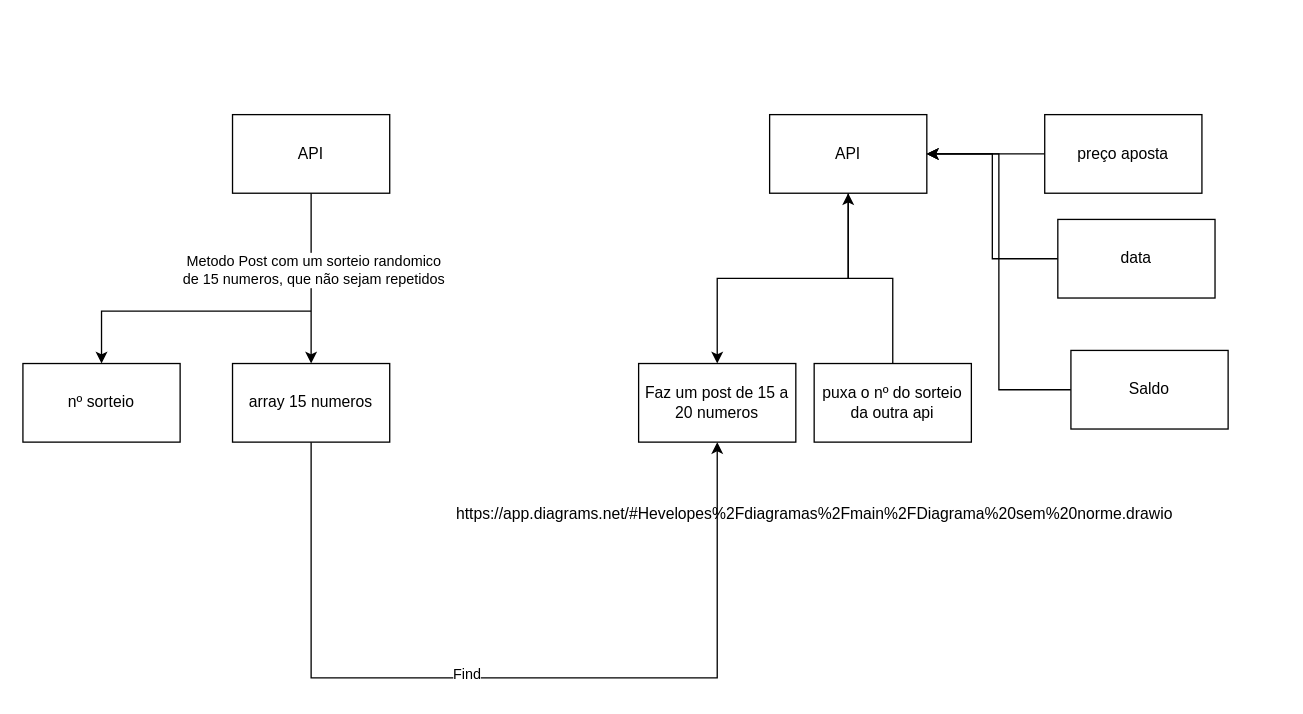
Above: Diagrama sem norme.drawio in evelopes/diagramas (draw.io), before the change. Source tidied: cells renumbered, new cells numbered last; positions are measured from the earlier drawing's top-left corner, leaving out a move shared by most shapes. Both pictures are drawn from the tidied source at 131%, with x=0, y=0 at pixel (22, 114).
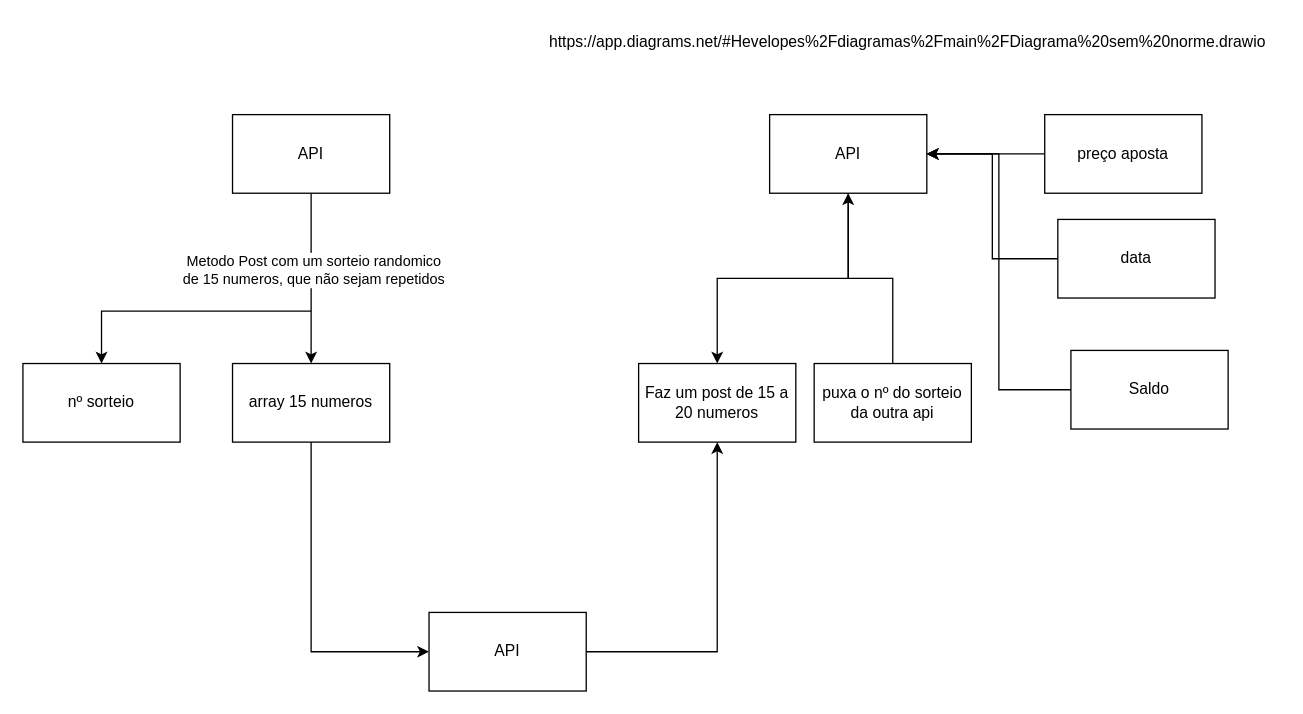
The same page after the edit.

Unchanged cells that the change refers to:
```xml
<mxCell id="7" value="array 15 numeros" style="rounded=0;whiteSpace=wrap;html=1;" parent="1" vertex="1">
  <mxGeometry x="160" y="190" width="120" height="60" as="geometry" />
</mxCell>
<mxCell id="12" value="Faz um post de 15 a 20 numeros" style="rounded=0;whiteSpace=wrap;html=1;" parent="1" vertex="1">
  <mxGeometry x="470" y="190" width="120" height="60" as="geometry" />
</mxCell>
```

Change to the diagram source:
```diff
@@
-    <mxCell id="5" style="edgeStyle=orthogonalEdgeStyle;rounded=0;jettySize=auto;html=1;exitX=0.5;exitY=1;exitDx=0;exitDy=0;entryX=0.5;entryY=1;entryDx=0;entryDy=0;" parent="1" edge="1" source="7" target="12">
-      <mxGeometry relative="1" as="geometry">
-        <Array as="points">
-          <mxPoint x="220" y="430" />
-          <mxPoint x="530" y="430" />
-        </Array>
-      </mxGeometry>
-    </mxCell>
-    <mxCell id="6" value="Find" style="edgeLabel;html=1;align=center;verticalAlign=middle;" parent="5" vertex="1">
-      <mxGeometry x="-0.11" y="4" relative="1" as="geometry" />
-    </mxCell>
+    <mxCell id="22" style="edgeStyle=orthogonalEdgeStyle;rounded=0;jettySize=auto;html=1;entryX=0;entryY=0.5;entryDx=0;entryDy=0;" parent="1" edge="1" source="7" target="24">
+      <mxGeometry relative="1" as="geometry">
+        <Array as="points">
+          <mxPoint x="220" y="410" />
+        </Array>
+      </mxGeometry>
+    </mxCell>
@@
     <mxCell id="21" value="https://app.diagrams.net/#Hevelopes%2Fdiagramas%2Fmain%2FDiagrama%20sem%20norme.drawio" style="text;html=1;align=center;verticalAlign=middle;strokeColor=none;fillColor=none;" parent="1" vertex="1">
-      <mxGeometry x="319" y="290" width="570" height="30" as="geometry" />
+      <mxGeometry x="390" y="-70" width="570" height="30" as="geometry" />
     </mxCell>
+    <mxCell id="23" style="edgeStyle=orthogonalEdgeStyle;rounded=0;jettySize=auto;html=1;entryX=0.5;entryY=1;entryDx=0;entryDy=0;" parent="1" edge="1" source="24" target="12">
+      <mxGeometry relative="1" as="geometry" />
+    </mxCell>
+    <mxCell id="24" value="API" style="rounded=0;whiteSpace=wrap;html=1;" parent="1" vertex="1">
+      <mxGeometry x="310" y="380" width="120" height="60" as="geometry" />
+    </mxCell>
```
